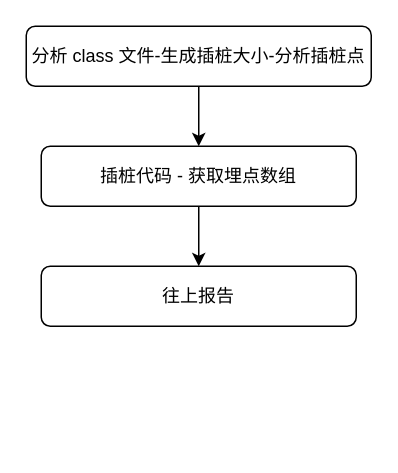
KeatonLi/pictures keeps this draw.io diagram as draw.io/jacoco 流程.drawio. Above is the earlier version. Source tidied: cells renumbered, new cells numbered last; positions are measured from the earlier drawing's top-left corner, leaving out a move shared by most shapes. Both pictures are drawn from the tidied source at 150%, with x=0, y=0 at pixel (26, 26).
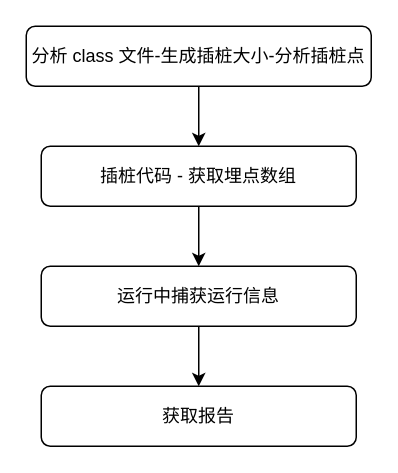
The same page after the edit.

Change to the diagram source:
```diff
@@
 <mxGraphModel>
   <root>
     <mxCell id="0" />
     <mxCell id="1" parent="0" />
     <mxCell id="2" style="edgeStyle=orthogonalEdgeStyle;rounded=0;jettySize=auto;html=1;" parent="1" edge="1" source="3" target="6">
       <mxGeometry relative="1" as="geometry" />
     </mxCell>
     <mxCell id="3" value="插桩代码 - 获取埋点数组" style="rounded=1;whiteSpace=wrap;html=1;" parent="1" vertex="1">
       <mxGeometry x="10" y="80" width="210" height="40" as="geometry" />
     </mxCell>
     <mxCell id="4" style="edgeStyle=orthogonalEdgeStyle;rounded=0;jettySize=auto;html=1;" parent="1" edge="1" source="5" target="3">
       <mxGeometry relative="1" as="geometry" />
     </mxCell>
     <mxCell id="5" value="分析 class 文件-生成插桩大小-分析插桩点" style="rounded=1;whiteSpace=wrap;html=1;" parent="1" vertex="1">
       <mxGeometry width="230" height="40" as="geometry" />
     </mxCell>
+    <mxCell id="7" style="edgeStyle=orthogonalEdgeStyle;rounded=0;jettySize=auto;html=1;" parent="1" edge="1" source="6" target="8">
+      <mxGeometry relative="1" as="geometry" />
+    </mxCell>
-    <mxCell id="6" value="往上报告" style="rounded=1;whiteSpace=wrap;html=1;" parent="1" vertex="1">
+    <mxCell id="6" value="运行中捕获运行信息" style="rounded=1;whiteSpace=wrap;html=1;" parent="1" vertex="1">
       <mxGeometry x="10" y="160" width="210" height="40" as="geometry" />
     </mxCell>
+    <mxCell id="8" value="获取报告" style="rounded=1;whiteSpace=wrap;html=1;" parent="1" vertex="1">
+      <mxGeometry x="10" y="240" width="210" height="40" as="geometry" />
+    </mxCell>
   </root>
 </mxGraphModel>
```
